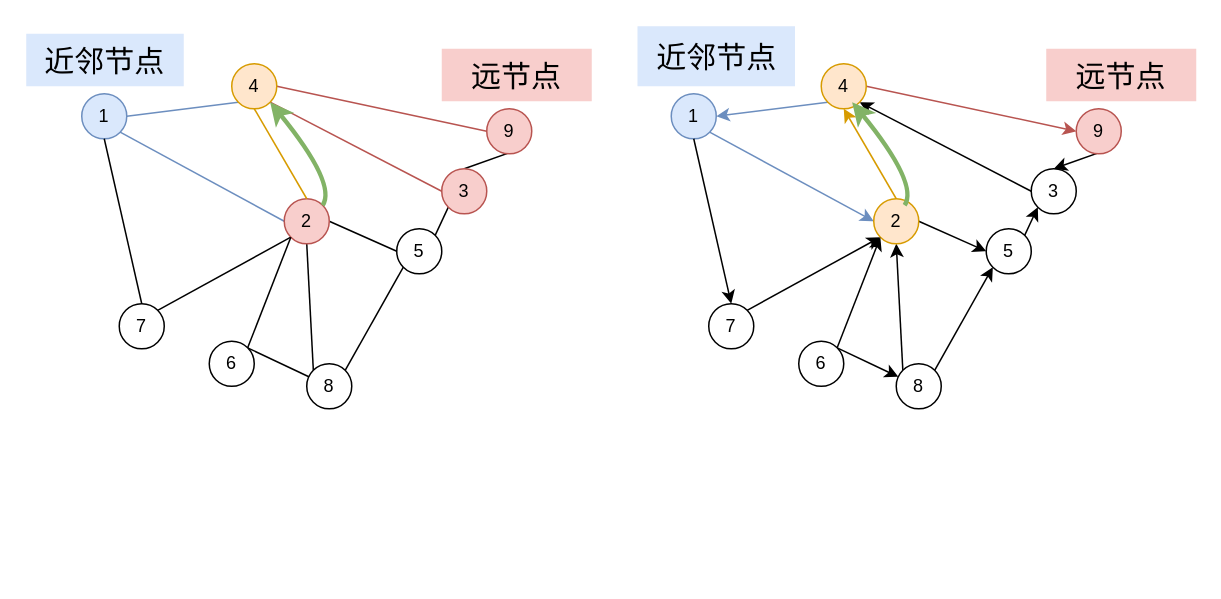
The draw.io diagram page "第 2 页" (2 of 3) of 未命名表单.drawio in zjtone/RL-Note, before the edit. Source tidied: cells renumbered, new cells numbered last; positions are measured from the earlier drawing's top-left corner, leaving out a move shared by most shapes. Both pictures are drawn from the tidied source at 150%, with x=0, y=0 at pixel (26, 26).
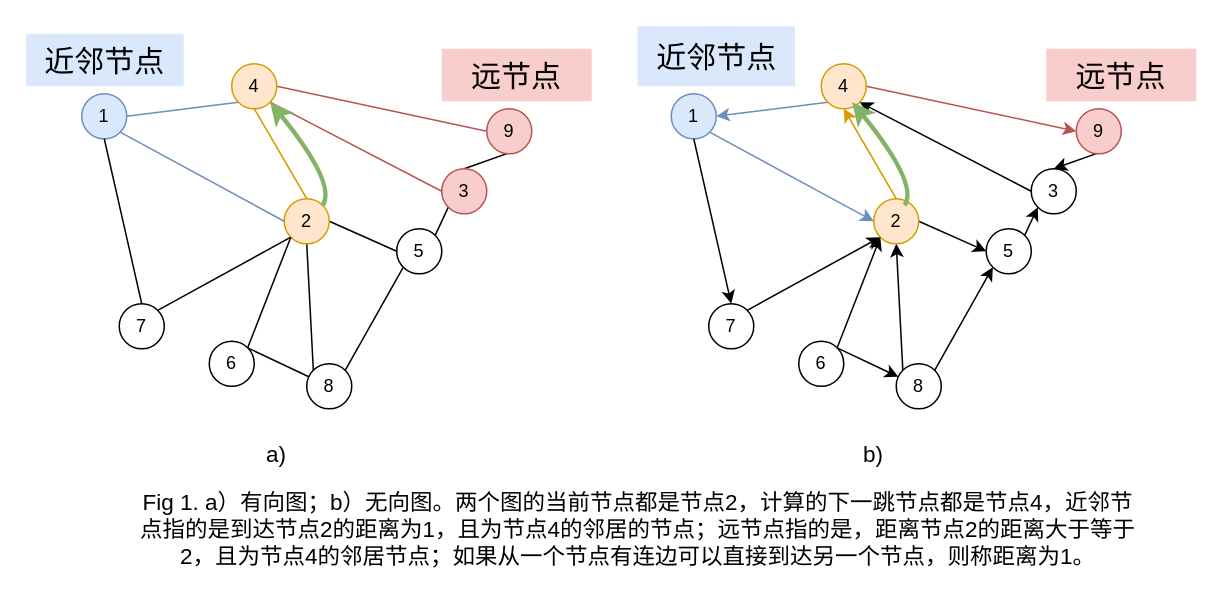
Above is the later version.

Change to the diagram source:
```diff
@@
-    <mxCell id="11" value="2" style="ellipse;whiteSpace=wrap;html=1;fillColor=#f8cecc;strokeColor=#b85450;" parent="1" vertex="1">
+    <mxCell id="11" value="2" style="ellipse;whiteSpace=wrap;html=1;fillColor=#ffe6cc;strokeColor=#d79b00;" parent="1" vertex="1">
       <mxGeometry x="172" y="115" width="30" height="30" as="geometry" />
     </mxCell>
@@
+    <mxCell id="54" value="a)" style="text;html=1;strokeColor=none;fillColor=none;align=center;verticalAlign=middle;whiteSpace=wrap;rounded=0;fontSize=15;" parent="1" vertex="1">
+      <mxGeometry x="147" y="275" width="40" height="20" as="geometry" />
+    </mxCell>
+    <mxCell id="55" value="b)" style="text;html=1;strokeColor=none;fillColor=none;align=center;verticalAlign=middle;whiteSpace=wrap;rounded=0;fontSize=15;" parent="1" vertex="1">
+      <mxGeometry x="545" y="275" width="40" height="20" as="geometry" />
+    </mxCell>
+    <mxCell id="56" value="Fig 1. a）有向图；b）无向图。两个图的当前节点都是节点2，计算的下一跳节点都是节点4，近邻节点指的是到达节点2的距离为1，且为节点4的邻居的节点；远节点指的是，距离节点2的距离大于等于2，且为节点4的邻居节点；如果从一个节点有连边可以直接到达另一个节点，则称距离为1。" style="text;html=1;strokeColor=none;fillColor=none;align=center;verticalAlign=middle;whiteSpace=wrap;rounded=0;fontSize=15;" parent="1" vertex="1">
+      <mxGeometry x="69.5" y="305" width="676" height="60" as="geometry" />
+    </mxCell>
```
